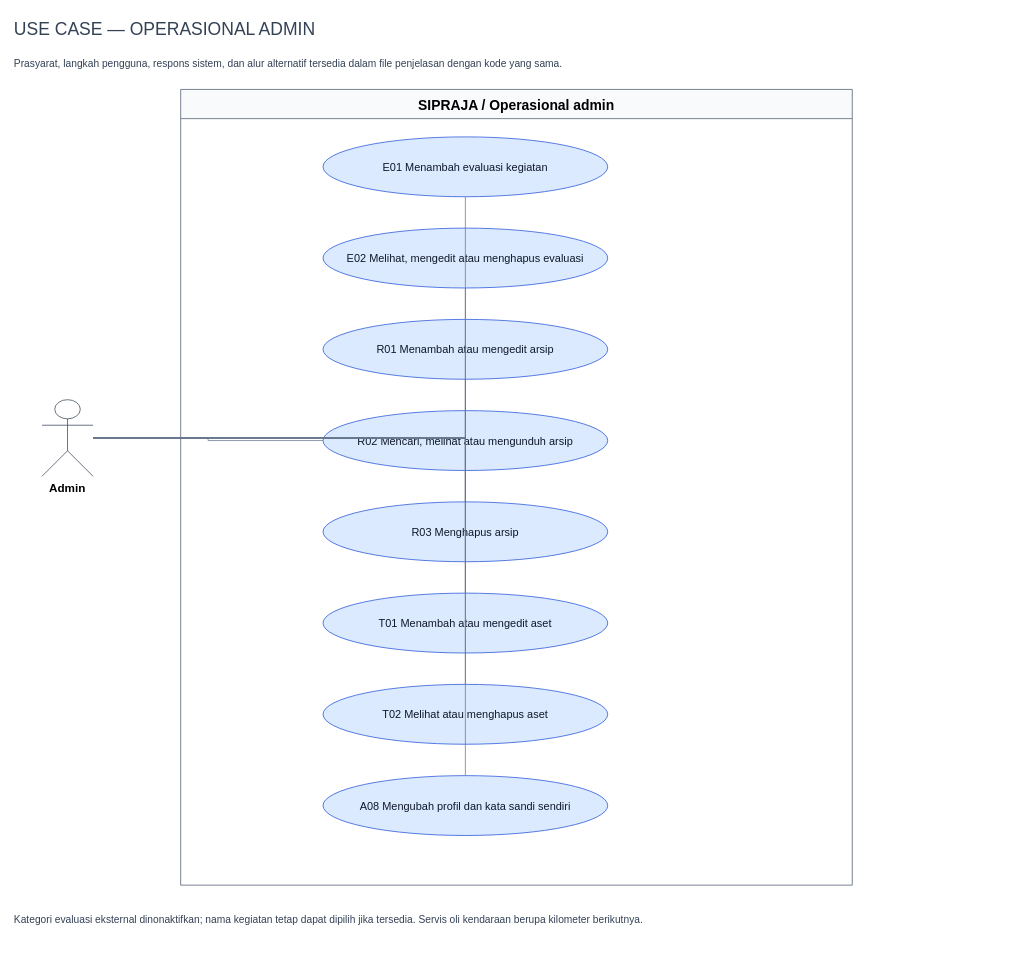
This is page "06 - Operasional admin" (6 of 8) of docs/SIPRAJA-use-case.drawio from Samuel-smr/Satpolpp, a draw.io file, before an edit. Source tidied: cells renumbered, new cells numbered last; positions are measured from the earlier drawing's top-left corner, leaving out a move shared by most shapes. Both pictures are drawn from the tidied source at 73%, with x=0, y=0 at pixel (12, 12).
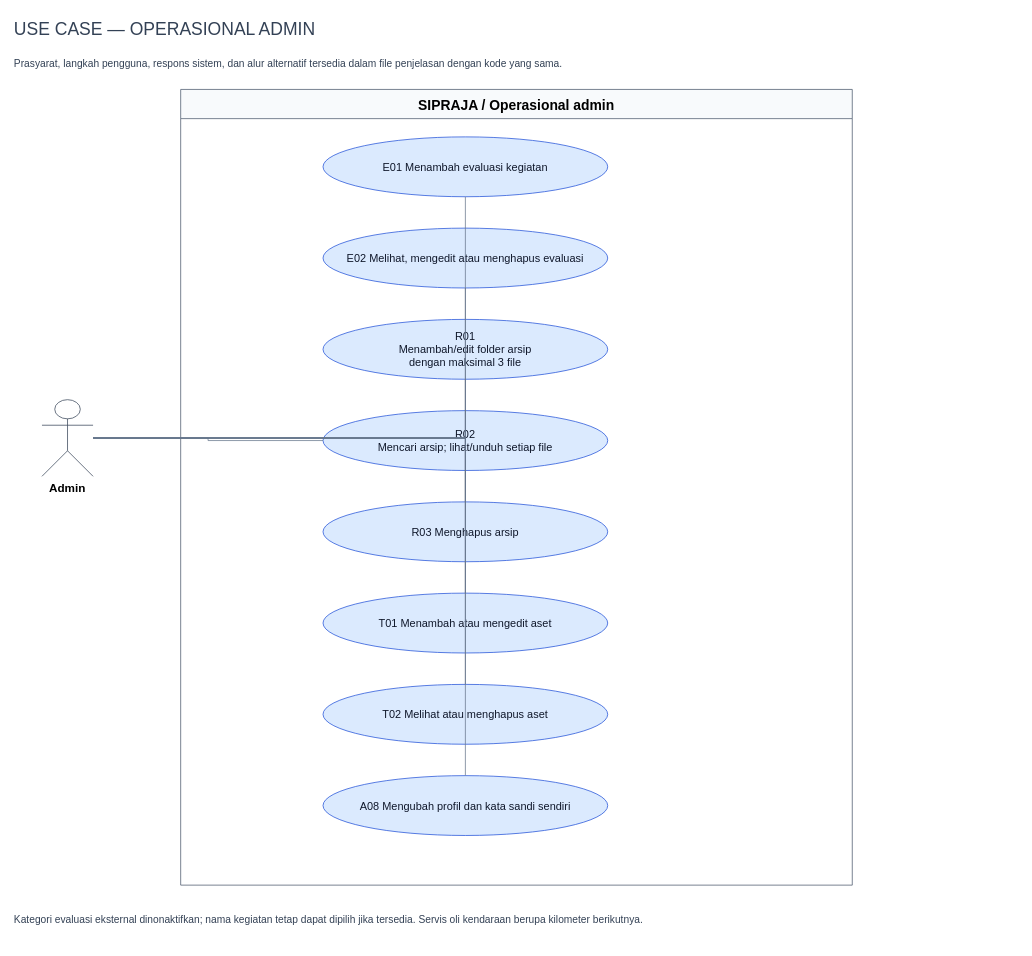
The same page after the edit.

Change to the diagram source:
```diff
@@
-    <mxCell id="8" value="R01 Menambah atau mengedit arsip" style="ellipse;whiteSpace=wrap;html=0;fontSize=15;spacing=10;fillColor=#dbeafe;strokeColor=#1d4ed8;fontColor=#0f172a;" parent="1" vertex="1">
+    <mxCell id="8" value="R01&#10;Menambah/edit folder arsip&#10;dengan maksimal 3 file" style="ellipse;whiteSpace=wrap;html=0;fontSize=15;spacing=10;fillColor=#dbeafe;strokeColor=#1d4ed8;fontColor=#0f172a;" parent="1" vertex="1">
       <mxGeometry x="425" y="420" width="390" height="82" as="geometry" />
     </mxCell>
-    <mxCell id="9" value="R02 Mencari, melihat atau mengunduh arsip" style="ellipse;whiteSpace=wrap;html=0;fontSize=15;spacing=10;fillColor=#dbeafe;strokeColor=#1d4ed8;fontColor=#0f172a;" parent="1" vertex="1">
+    <mxCell id="9" value="R02&#10;Mencari arsip; lihat/unduh setiap file" style="ellipse;whiteSpace=wrap;html=0;fontSize=15;spacing=10;fillColor=#dbeafe;strokeColor=#1d4ed8;fontColor=#0f172a;" parent="1" vertex="1">
       <mxGeometry x="425" y="545" width="390" height="82" as="geometry" />
     </mxCell>
```
